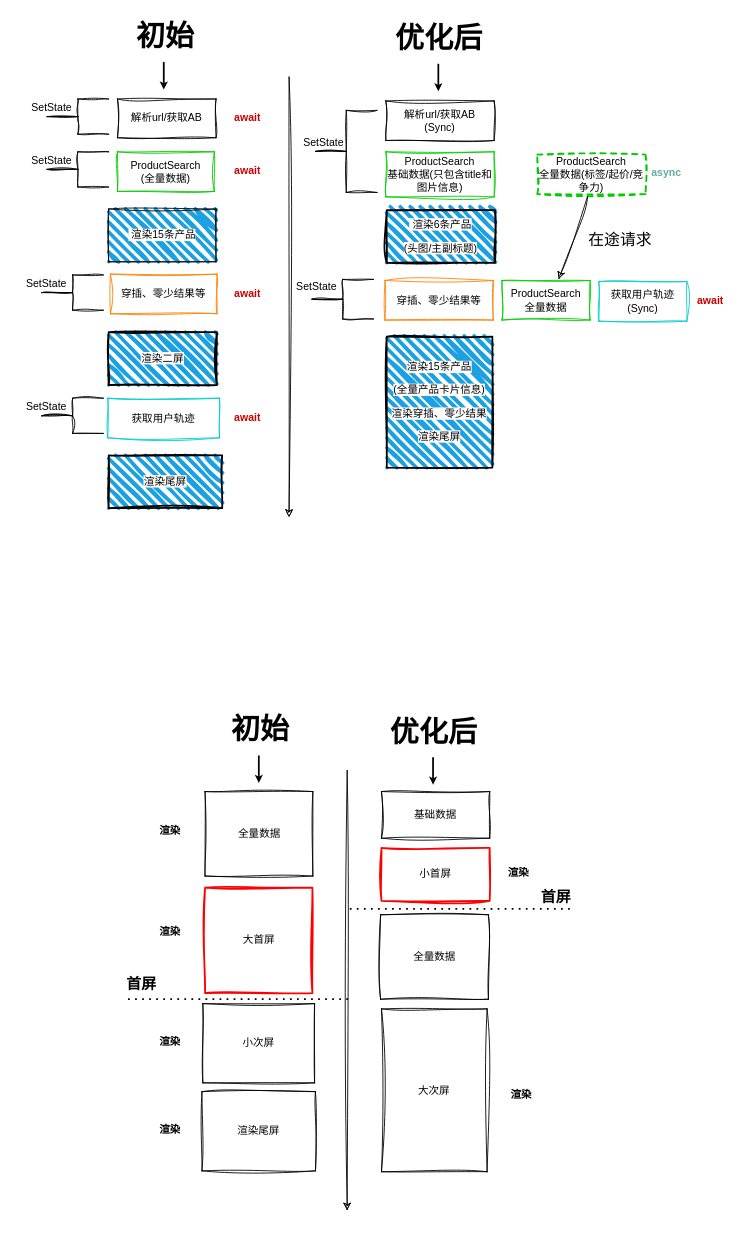
Before: page "渲染优化" (2 of 6) of performance/list优化.drawio in weixiaoH/free, a draw.io diagram. Source tidied: cells renumbered, new cells numbered last; positions are measured from the earlier drawing's top-left corner, leaving out a move shared by most shapes. Both pictures are drawn from the tidied source at 88%, with x=0, y=0 at pixel (15, 15).
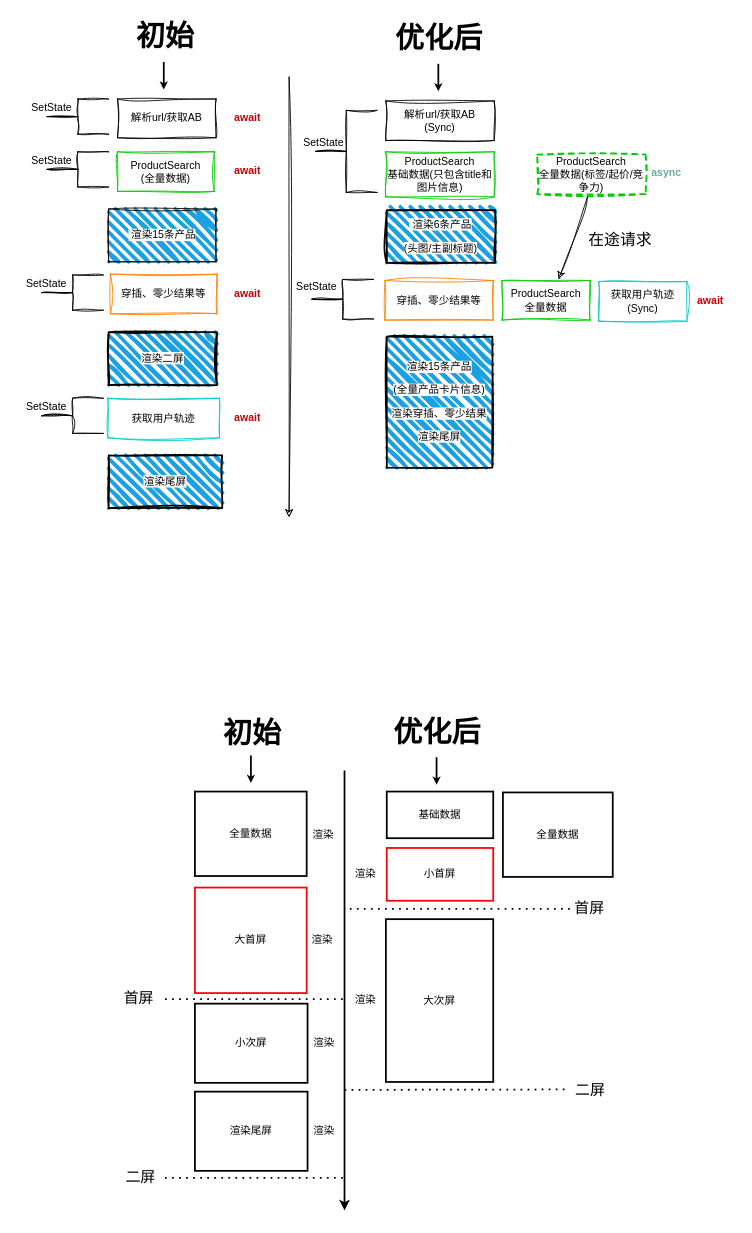
The same page after the edit.

The edit, as a diff of the source:
```diff
@@
+    <mxCell id="72" style="group;" parent="1" vertex="1">
+      <mxGeometry x="113" y="791" width="567" height="567" as="geometry" />
+    </mxCell>
-    <mxCell id="49" value="&lt;b&gt;&lt;font style=&quot;font-size: 33px;&quot;&gt;初始&lt;/font&gt;&lt;/b&gt;" style="text;html=1;align=center;verticalAlign=middle;strokeColor=none;fillColor=none;fontSize=20;fontFamily=Architects Daughter;fontColor=default;sketch=1;curveFitting=1;jiggle=2;rounded=0;" parent="1" vertex="1">
-      <mxGeometry x="233" y="788" width="90" height="50" as="geometry" />
+    <mxCell id="49" value="&lt;b&gt;&lt;font style=&quot;font-size: 33px;&quot;&gt;初始&lt;/font&gt;&lt;/b&gt;" style="text;html=1;align=center;verticalAlign=middle;strokeColor=none;fillColor=none;fontSize=20;fontFamily=Architects Daughter;fontColor=default;sketch=1;curveFitting=1;jiggle=2;rounded=0;" parent="72" vertex="1">
+      <mxGeometry x="111" y="1" width="90" height="50" as="geometry" />
     </mxCell>
-    <mxCell id="50" value="&lt;span style=&quot;font-size: 33px;&quot;&gt;&lt;b&gt;优化后&lt;/b&gt;&lt;/span&gt;" style="text;html=1;align=center;verticalAlign=middle;strokeColor=none;fillColor=none;fontSize=20;fontFamily=Architects Daughter;fontColor=default;sketch=1;curveFitting=1;jiggle=2;rounded=0;" parent="1" vertex="1">
-      <mxGeometry x="415" y="791" width="120" height="50" as="geometry" />
+    <mxCell id="50" value="&lt;span style=&quot;font-size: 33px;&quot;&gt;&lt;b&gt;优化后&lt;/b&gt;&lt;/span&gt;" style="text;html=1;align=center;verticalAlign=middle;strokeColor=none;fillColor=none;fontSize=20;fontFamily=Architects Daughter;fontColor=default;sketch=1;curveFitting=1;jiggle=2;rounded=0;" parent="72" vertex="1">
+      <mxGeometry x="306" width="120" height="50" as="geometry" />
     </mxCell>
-    <mxCell id="51" style="endArrow=classic;html=1;sketch=0;hachureGap=4;jiggle=2;curveFitting=1;fontFamily=Architects Daughter;fontSize=16;startSize=6;endSize=3;strokeWidth=2;" parent="1" edge="1">
+    <mxCell id="51" style="endArrow=classic;html=1;sketch=0;hachureGap=4;jiggle=2;curveFitting=1;fontFamily=Architects Daughter;fontSize=16;startSize=6;endSize=3;strokeWidth=2;" parent="72" edge="1">
       <mxGeometry relative="1" as="geometry">
-        <mxPoint x="276.6" y="841" as="sourcePoint" />
-        <mxPoint x="276.6" y="872.2" as="targetPoint" />
+        <mxPoint x="154.6" y="50" as="sourcePoint" />
+        <mxPoint x="154.6" y="81.2" as="targetPoint" />
       </mxGeometry>
     </mxCell>
-    <mxCell id="52" value="&lt;font color=&quot;#000000&quot;&gt;渲染&lt;/font&gt;" style="text;html=1;strokeColor=none;fillColor=none;align=center;verticalAlign=middle;whiteSpace=wrap;overflow=hidden;fontSize=12;fontFamily=Helvetica;fontColor=#CC0000;fontStyle=1;labelBackgroundColor=none;rounded=0;sketch=1;curveFitting=1;jiggle=2;" parent="1" vertex="1">
-      <mxGeometry x="146" y="911" width="60" height="32.5" as="geometry" />
-    </mxCell>
-    <mxCell id="53" style="endArrow=classic;html=1;rounded=0;strokeWidth=1;sketch=1;curveFitting=1;jiggle=2;" parent="1" edge="1">
+    <mxCell id="53" style="endArrow=classic;html=1;rounded=0;strokeWidth=2;" parent="72" edge="1">
       <mxGeometry relative="1" as="geometry">
-        <mxPoint x="377" y="858" as="sourcePoint" />
-        <mxPoint x="377" y="1358" as="targetPoint" />
+        <mxPoint x="261" y="67" as="sourcePoint" />
+        <mxPoint x="261" y="567" as="targetPoint" />
       </mxGeometry>
     </mxCell>
-    <mxCell id="54" value="&lt;p style=&quot;line-height: 120%;&quot;&gt;&lt;span style=&quot;background-color: rgb(255, 255, 255);&quot;&gt;大首屏&lt;/span&gt;&lt;/p&gt;" style="rounded=0;whiteSpace=wrap;html=1;strokeWidth=2;fillWeight=4;hachureGap=8;hachureAngle=45;fillColor=none;sketch=1;curveFitting=1;jiggle=2;strokeColor=#FF0000;" parent="1" vertex="1">
-      <mxGeometry x="215.5" y="991.1" width="122" height="119.9" as="geometry" />
+    <mxCell id="54" value="&lt;p style=&quot;line-height: 120%;&quot;&gt;&lt;span style=&quot;background-color: rgb(255, 255, 255);&quot;&gt;大首屏&lt;/span&gt;&lt;/p&gt;" style="rounded=0;whiteSpace=wrap;html=1;strokeWidth=2;fillWeight=4;hachureGap=8;hachureAngle=45;fillColor=none;strokeColor=#FF0000;" parent="72" vertex="1">
+      <mxGeometry x="91" y="200.1" width="127" height="119.9" as="geometry" />
     </mxCell>
-    <mxCell id="55" value="全量数据" style="rounded=0;absoluteArcSize=1;html=1;arcSize=10;whiteSpace=wrap;strokeColor=default;fillColor=inherit;fillWeight=4;hachureGap=8;hachureAngle=45;strokeWidth=1;fontFamily=Helvetica;fontSize=12;fontColor=default;sketch=1;curveFitting=1;jiggle=2;" parent="1" vertex="1">
-      <mxGeometry x="215.5" y="882" width="122.5" height="96" as="geometry" />
+    <mxCell id="55" value="全量数据" style="rounded=0;absoluteArcSize=1;html=1;arcSize=10;whiteSpace=wrap;strokeColor=default;fillColor=inherit;fillWeight=4;hachureGap=8;hachureAngle=45;strokeWidth=2;fontFamily=Helvetica;fontSize=12;fontColor=default;" parent="72" vertex="1">
+      <mxGeometry x="91" y="91" width="127" height="96" as="geometry" />
     </mxCell>
-    <mxCell id="56" value="小次屏" style="rounded=0;absoluteArcSize=1;html=1;arcSize=10;whiteSpace=wrap;strokeColor=#000000;fillColor=inherit;fillWeight=4;hachureGap=8;hachureAngle=45;strokeWidth=1;fontFamily=Helvetica;fontSize=12;fontColor=default;shadow=0;glass=0;sketch=1;curveFitting=1;jiggle=2;" parent="1" vertex="1">
-      <mxGeometry x="213" y="1123" width="127" height="90" as="geometry" />
+    <mxCell id="56" value="小次屏" style="rounded=0;absoluteArcSize=1;html=1;arcSize=10;whiteSpace=wrap;strokeColor=#000000;fillColor=inherit;fillWeight=4;hachureGap=8;hachureAngle=45;strokeWidth=2;fontFamily=Helvetica;fontSize=12;fontColor=default;shadow=0;glass=0;" parent="72" vertex="1">
+      <mxGeometry x="91" y="332" width="128" height="90" as="geometry" />
     </mxCell>
-    <mxCell id="57" value="&lt;span style=&quot;background-color: rgb(255, 255, 255);&quot;&gt;渲染尾屏&lt;/span&gt;" style="rounded=0;whiteSpace=wrap;html=1;strokeWidth=1;fillWeight=4;hachureGap=8;hachureAngle=45;fillColor=none;sketch=1;curveFitting=1;jiggle=2;" parent="1" vertex="1">
-      <mxGeometry x="212" y="1223" width="129" height="90" as="geometry" />
+    <mxCell id="57" value="&lt;span style=&quot;background-color: rgb(255, 255, 255);&quot;&gt;渲染尾屏&lt;/span&gt;" style="rounded=0;whiteSpace=wrap;html=1;strokeWidth=2;fillWeight=4;hachureGap=8;hachureAngle=45;fillColor=none;" parent="72" vertex="1">
+      <mxGeometry x="91" y="432" width="128" height="90" as="geometry" />
     </mxCell>
-    <mxCell id="58" value="&lt;p style=&quot;line-height: 120%;&quot;&gt;小首屏&lt;/p&gt;" style="rounded=0;whiteSpace=wrap;html=1;strokeWidth=2;fillWeight=4;hachureGap=8;hachureAngle=45;fillColor=none;sketch=1;curveFitting=1;jiggle=2;strokeColor=#FF0000;" parent="1" vertex="1">
-      <mxGeometry x="416" y="946.1" width="123" height="60" as="geometry" />
+    <mxCell id="58" value="&lt;p style=&quot;line-height: 120%;&quot;&gt;小首屏&lt;/p&gt;" style="rounded=0;whiteSpace=wrap;html=1;strokeWidth=2;fillWeight=4;hachureGap=8;hachureAngle=45;fillColor=none;strokeColor=#FF0000;" parent="72" vertex="1">
+      <mxGeometry x="309" y="155.1" width="121" height="60" as="geometry" />
     </mxCell>
-    <mxCell id="59" value="&lt;p style=&quot;line-height: 120%;&quot;&gt;大次屏&lt;/p&gt;" style="rounded=0;whiteSpace=wrap;html=1;strokeWidth=1;fillWeight=4;hachureGap=8;hachureAngle=45;fillColor=none;sketch=1;curveFitting=1;jiggle=2;" parent="1" vertex="1">
-      <mxGeometry x="416" y="1129" width="120" height="185" as="geometry" />
+    <mxCell id="59" value="&lt;p style=&quot;line-height: 120%;&quot;&gt;大次屏&lt;/p&gt;" style="rounded=0;whiteSpace=wrap;html=1;strokeWidth=2;fillWeight=4;hachureGap=8;hachureAngle=45;fillColor=none;" parent="72" vertex="1">
+      <mxGeometry x="308" y="236" width="122" height="185" as="geometry" />
     </mxCell>
-    <mxCell id="60" value="基础数据" style="rounded=0;absoluteArcSize=1;html=1;arcSize=10;whiteSpace=wrap;strokeColor=default;fillColor=inherit;fillWeight=4;hachureGap=8;hachureAngle=45;strokeWidth=1;fontFamily=Helvetica;fontSize=12;fontColor=default;sketch=1;curveFitting=1;jiggle=2;" parent="1" vertex="1">
-      <mxGeometry x="416" y="882" width="123" height="53" as="geometry" />
+    <mxCell id="60" value="基础数据" style="rounded=0;absoluteArcSize=1;html=1;arcSize=10;whiteSpace=wrap;strokeColor=default;fillColor=inherit;fillWeight=4;hachureGap=8;hachureAngle=45;strokeWidth=2;fontFamily=Helvetica;fontSize=12;fontColor=default;" parent="72" vertex="1">
+      <mxGeometry x="309" y="91" width="121" height="53" as="geometry" />
     </mxCell>
-    <mxCell id="61" style="endArrow=classic;html=1;sketch=0;hachureGap=4;jiggle=2;curveFitting=1;fontFamily=Architects Daughter;fontSize=16;startSize=6;endSize=3;strokeWidth=2;" parent="1" edge="1">
+    <mxCell id="61" style="endArrow=classic;html=1;sketch=0;hachureGap=4;jiggle=2;curveFitting=1;fontFamily=Architects Daughter;fontSize=16;startSize=6;endSize=3;strokeWidth=2;" parent="72" edge="1">
       <mxGeometry relative="1" as="geometry">
-        <mxPoint x="474.6" y="843" as="sourcePoint" />
-        <mxPoint x="474.6" y="874.2" as="targetPoint" />
+        <mxPoint x="365.6" y="52" as="sourcePoint" />
+        <mxPoint x="365.6" y="83.2" as="targetPoint" />
       </mxGeometry>
     </mxCell>
-    <mxCell id="62" value="全量数据" style="rounded=0;absoluteArcSize=1;html=1;arcSize=10;whiteSpace=wrap;strokeColor=default;fillColor=inherit;fillWeight=4;hachureGap=8;hachureAngle=45;strokeWidth=1;fontFamily=Helvetica;fontSize=12;fontColor=default;sketch=1;curveFitting=1;jiggle=2;" parent="1" vertex="1">
-      <mxGeometry x="415" y="1022" width="122.5" height="96" as="geometry" />
+    <mxCell id="62" value="全量数据" style="rounded=0;absoluteArcSize=1;html=1;arcSize=10;whiteSpace=wrap;strokeColor=default;fillColor=inherit;fillWeight=4;hachureGap=8;hachureAngle=45;strokeWidth=2;fontFamily=Helvetica;fontSize=12;fontColor=default;glass=0;shadow=0;" parent="72" vertex="1">
+      <mxGeometry x="441" y="92" width="124.8" height="96" as="geometry" />
     </mxCell>
-    <mxCell id="63" style="endArrow=none;dashed=1;html=1;dashPattern=1 3;strokeWidth=2;rounded=0;fontSize=17;fontColor=#287DFA;" parent="1" edge="1">
+    <mxCell id="63" style="endArrow=none;dashed=1;html=1;dashPattern=1 3;strokeWidth=2;rounded=0;fontSize=17;fontColor=#287DFA;" parent="72" edge="1">
       <mxGeometry relative="1" as="geometry">
-        <mxPoint x="128" y="1118" as="sourcePoint" />
-        <mxPoint x="378" y="1118" as="targetPoint" />
+        <mxPoint x="57" y="327" as="sourcePoint" />
+        <mxPoint x="261" y="327" as="targetPoint" />
       </mxGeometry>
     </mxCell>
-    <mxCell id="64" value="&lt;font color=&quot;#000000&quot;&gt;渲染&lt;/font&gt;" style="text;html=1;strokeColor=none;fillColor=none;align=center;verticalAlign=middle;whiteSpace=wrap;overflow=hidden;fontSize=12;fontFamily=Helvetica;fontColor=#CC0000;fontStyle=1;labelBackgroundColor=none;rounded=0;sketch=1;curveFitting=1;jiggle=2;" parent="1" vertex="1">
-      <mxGeometry x="146" y="1150.8" width="60" height="32.5" as="geometry" />
+    <mxCell id="64" value="&lt;font style=&quot;font-weight: normal;&quot; color=&quot;#000000&quot;&gt;渲染&lt;/font&gt;" style="text;html=1;strokeColor=none;fillColor=none;align=center;verticalAlign=middle;whiteSpace=wrap;overflow=hidden;fontSize=12;fontFamily=Helvetica;fontColor=#CC0000;fontStyle=1;labelBackgroundColor=none;rounded=0;sketch=1;curveFitting=1;jiggle=2;" parent="72" vertex="1">
+      <mxGeometry x="208" y="360.8" width="60" height="32.5" as="geometry" />
     </mxCell>
-    <mxCell id="65" value="&lt;font color=&quot;#000000&quot;&gt;渲染&lt;/font&gt;" style="text;html=1;strokeColor=none;fillColor=none;align=center;verticalAlign=middle;whiteSpace=wrap;overflow=hidden;fontSize=12;fontFamily=Helvetica;fontColor=#CC0000;fontStyle=1;labelBackgroundColor=none;rounded=0;sketch=1;curveFitting=1;jiggle=2;" parent="1" vertex="1">
-      <mxGeometry x="146" y="1250" width="60" height="32.5" as="geometry" />
+    <mxCell id="65" value="&lt;font style=&quot;font-weight: normal;&quot; color=&quot;#000000&quot;&gt;渲染&lt;/font&gt;" style="text;html=1;strokeColor=none;fillColor=none;align=center;verticalAlign=middle;whiteSpace=wrap;overflow=hidden;fontSize=12;fontFamily=Helvetica;fontColor=#CC0000;fontStyle=1;labelBackgroundColor=none;rounded=0;sketch=1;curveFitting=1;jiggle=2;" parent="72" vertex="1">
+      <mxGeometry x="208" y="460.8" width="60" height="32.5" as="geometry" />
     </mxCell>
-    <mxCell id="66" value="&lt;font color=&quot;#000000&quot;&gt;渲染&lt;/font&gt;" style="text;html=1;strokeColor=none;fillColor=none;align=center;verticalAlign=middle;whiteSpace=wrap;overflow=hidden;fontSize=12;fontFamily=Helvetica;fontColor=#CC0000;fontStyle=1;labelBackgroundColor=none;rounded=0;sketch=1;curveFitting=1;jiggle=2;" parent="1" vertex="1">
-      <mxGeometry x="146" y="1025" width="60" height="32.5" as="geometry" />
+    <mxCell id="66" value="&lt;font style=&quot;font-weight: normal;&quot; color=&quot;#000000&quot;&gt;渲染&lt;/font&gt;" style="text;html=1;strokeColor=none;fillColor=none;align=center;verticalAlign=middle;whiteSpace=wrap;overflow=hidden;fontSize=12;fontFamily=Helvetica;fontColor=#CC0000;fontStyle=1;labelBackgroundColor=none;rounded=0;sketch=1;curveFitting=1;jiggle=2;" parent="72" vertex="1">
+      <mxGeometry x="206" y="243.8" width="60" height="32.5" as="geometry" />
     </mxCell>
-    <mxCell id="67" value="&lt;font color=&quot;#000000&quot;&gt;渲染&lt;/font&gt;" style="text;html=1;strokeColor=none;fillColor=none;align=center;verticalAlign=middle;whiteSpace=wrap;overflow=hidden;fontSize=12;fontFamily=Helvetica;fontColor=#CC0000;fontStyle=1;labelBackgroundColor=none;rounded=0;sketch=1;curveFitting=1;jiggle=2;" parent="1" vertex="1">
-      <mxGeometry x="545" y="1211" width="60" height="32.5" as="geometry" />
+    <mxCell id="67" value="&lt;font style=&quot;font-weight: normal;&quot; color=&quot;#000000&quot;&gt;渲染&lt;/font&gt;" style="text;html=1;strokeColor=none;fillColor=none;align=center;verticalAlign=middle;whiteSpace=wrap;overflow=hidden;fontSize=12;fontFamily=Helvetica;fontColor=#CC0000;fontStyle=1;labelBackgroundColor=none;rounded=0;sketch=1;curveFitting=1;jiggle=2;" parent="72" vertex="1">
+      <mxGeometry x="255" y="312.2" width="60" height="32.5" as="geometry" />
     </mxCell>
-    <mxCell id="68" value="&lt;font color=&quot;#000000&quot;&gt;&lt;b&gt;首屏&lt;/b&gt;&lt;/font&gt;" style="text;html=1;align=center;verticalAlign=middle;strokeColor=none;fillColor=none;fontSize=17;fontColor=#FF0000;" parent="1" vertex="1">
-      <mxGeometry x="116" y="1085" width="54" height="33" as="geometry" />
+    <mxCell id="68" value="&lt;font color=&quot;#000000&quot;&gt;首屏&lt;/font&gt;" style="text;html=1;align=center;verticalAlign=middle;strokeColor=none;fillColor=none;fontSize=17;fontColor=#FF0000;" parent="72" vertex="1">
+      <mxGeometry y="310" width="54" height="33" as="geometry" />
     </mxCell>
-    <mxCell id="69" value="&lt;font color=&quot;#000000&quot;&gt;&lt;b&gt;首屏&lt;/b&gt;&lt;/font&gt;" style="text;html=1;align=center;verticalAlign=middle;strokeColor=none;fillColor=none;fontSize=17;fontColor=#FF0000;" parent="1" vertex="1">
-      <mxGeometry x="587" y="986" width="54" height="33" as="geometry" />
+    <mxCell id="69" value="&lt;font color=&quot;#000000&quot;&gt;首屏&lt;/font&gt;" style="text;html=1;align=center;verticalAlign=middle;strokeColor=none;fillColor=none;fontSize=17;fontColor=#FF0000;" parent="72" vertex="1">
+      <mxGeometry x="511.8" y="207" width="54" height="33" as="geometry" />
     </mxCell>
-    <mxCell id="70" value="&lt;font color=&quot;#000000&quot;&gt;渲染&lt;/font&gt;" style="text;html=1;strokeColor=none;fillColor=none;align=center;verticalAlign=middle;whiteSpace=wrap;overflow=hidden;fontSize=12;fontFamily=Helvetica;fontColor=#CC0000;fontStyle=1;labelBackgroundColor=none;rounded=0;sketch=1;curveFitting=1;jiggle=2;" parent="1" vertex="1">
-      <mxGeometry x="542" y="958.6" width="60" height="32.5" as="geometry" />
+    <mxCell id="70" value="&lt;font style=&quot;font-weight: normal;&quot; color=&quot;#000000&quot;&gt;渲染&lt;/font&gt;" style="text;html=1;strokeColor=none;fillColor=none;align=center;verticalAlign=middle;whiteSpace=wrap;overflow=hidden;fontSize=12;fontFamily=Helvetica;fontColor=#CC0000;fontStyle=1;labelBackgroundColor=none;rounded=0;sketch=1;curveFitting=1;jiggle=2;" parent="72" vertex="1">
+      <mxGeometry x="255" y="168.9" width="60" height="32.5" as="geometry" />
     </mxCell>
-    <mxCell id="71" style="endArrow=none;dashed=1;html=1;dashPattern=1 3;strokeWidth=2;rounded=0;fontSize=17;fontColor=#287DFA;" parent="1" edge="1">
+    <mxCell id="71" style="endArrow=none;dashed=1;html=1;dashPattern=1 3;strokeWidth=2;rounded=0;fontSize=17;fontColor=#287DFA;" parent="72" edge="1">
       <mxGeometry relative="1" as="geometry">
-        <mxPoint x="380" y="1015.3" as="sourcePoint" />
-        <mxPoint x="630" y="1015.3" as="targetPoint" />
+        <mxPoint x="267" y="224.3" as="sourcePoint" />
+        <mxPoint x="517" y="224.3" as="targetPoint" />
       </mxGeometry>
     </mxCell>
+    <mxCell id="73" style="endArrow=none;dashed=1;html=1;dashPattern=1 3;strokeWidth=2;rounded=0;fontSize=17;fontColor=#287DFA;entryX=-0.028;entryY=0.47;entryDx=0;entryDy=0;entryPerimeter=0;" parent="72" edge="1" target="74">
+      <mxGeometry relative="1" as="geometry">
+        <mxPoint x="261" y="430" as="sourcePoint" />
+      </mxGeometry>
+    </mxCell>
+    <mxCell id="74" value="&lt;font color=&quot;#000000&quot;&gt;二屏&lt;/font&gt;" style="text;html=1;align=center;verticalAlign=middle;points=[];strokeColor=none;fillColor=none;fontSize=17;fontColor=#FF0000;" parent="72" vertex="1">
+      <mxGeometry x="513" y="414" width="54" height="33" as="geometry" />
+    </mxCell>
+    <mxCell id="52" value="&lt;font style=&quot;font-weight: normal;&quot;&gt;渲染&lt;/font&gt;" style="text;html=1;strokeColor=none;fillColor=none;align=center;verticalAlign=middle;whiteSpace=wrap;overflow=hidden;fontSize=12;fontFamily=Helvetica;fontColor=default;fontStyle=1;labelBackgroundColor=none;rounded=0;labelBorderColor=none;" parent="72" vertex="1">
+      <mxGeometry x="207" y="123.8" width="60" height="32.5" as="geometry" />
+    </mxCell>
+    <mxCell id="75" style="endArrow=none;dashed=1;html=1;dashPattern=1 3;strokeWidth=2;rounded=0;fontSize=17;fontColor=#287DFA;" parent="72" edge="1">
+      <mxGeometry relative="1" as="geometry">
+        <mxPoint x="57" y="530" as="sourcePoint" />
+        <mxPoint x="261" y="530" as="targetPoint" />
+      </mxGeometry>
+    </mxCell>
+    <mxCell id="76" value="&lt;font color=&quot;#000000&quot;&gt;二屏&lt;/font&gt;" style="text;html=1;align=center;verticalAlign=middle;strokeColor=none;fillColor=none;fontSize=17;fontColor=#FF0000;" parent="72" vertex="1">
+      <mxGeometry x="2" y="513" width="54" height="33" as="geometry" />
+    </mxCell>
```
